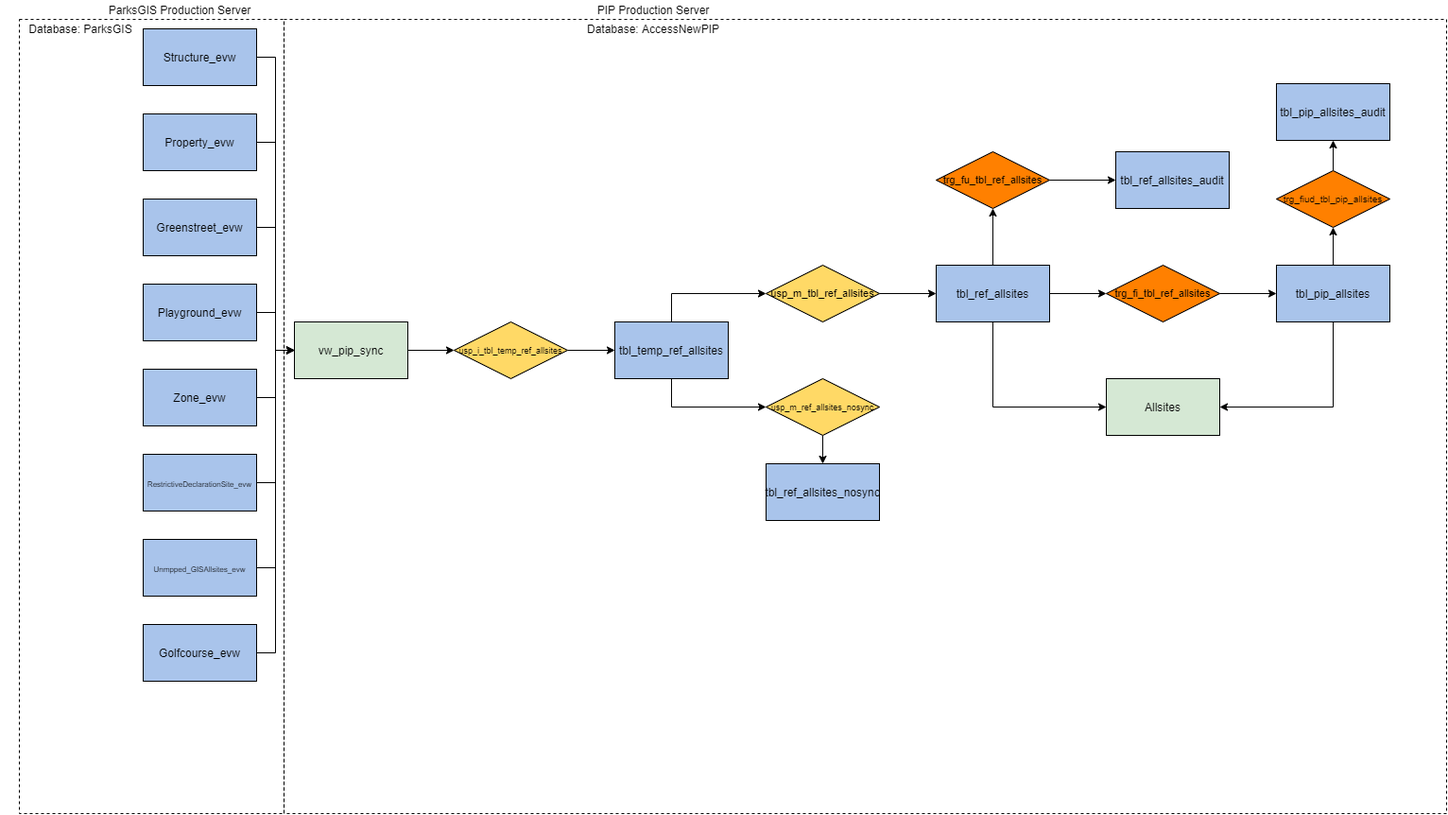
Earlier version of the draw.io export Updated_PIP-GIS_Sync.png (NYC-Parks/PIP_Sync). Source tidied: cells renumbered, new cells last; positions are measured from the earlier drawing's top-left corner, leaving out a move shared by most shapes.
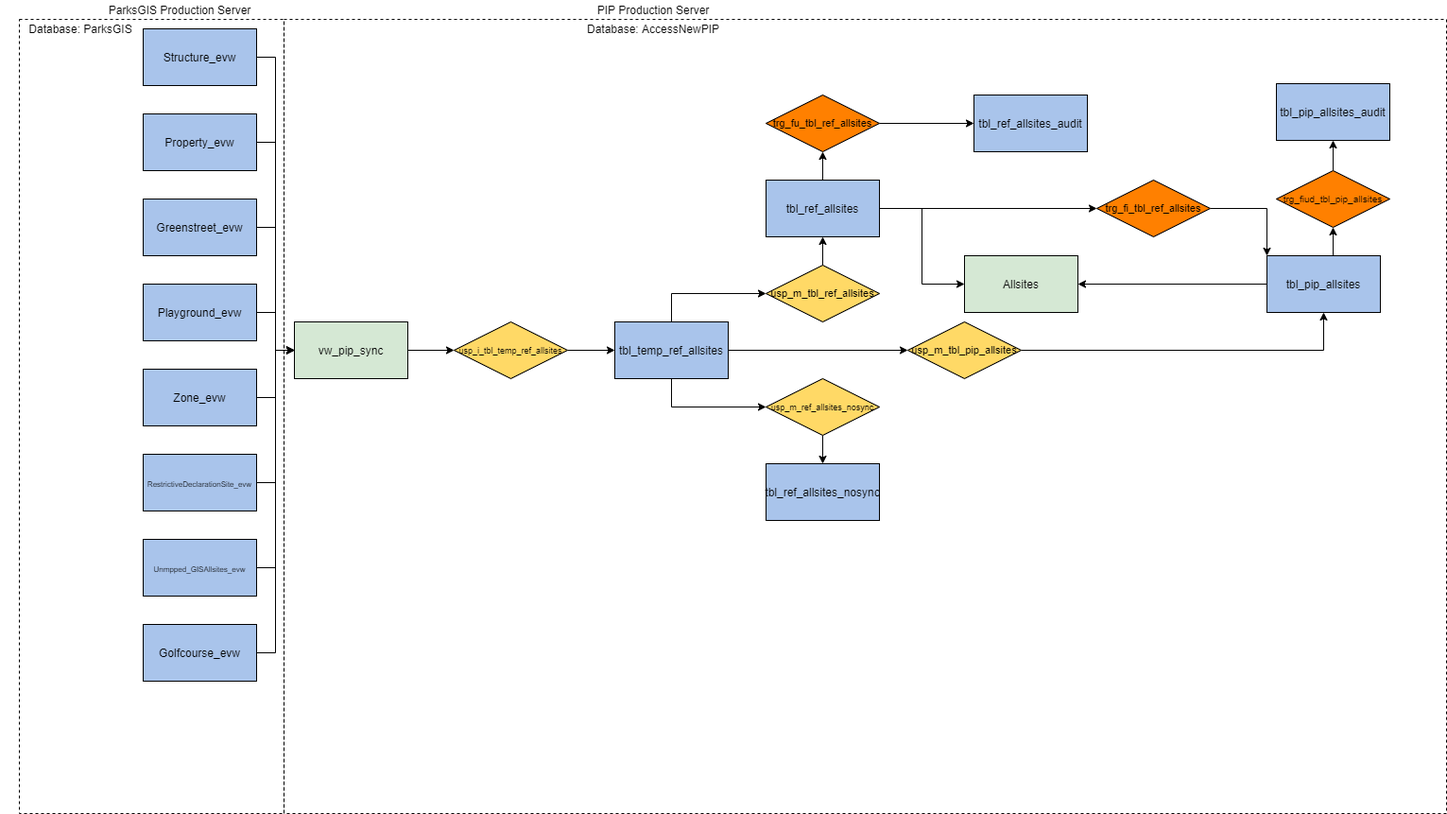
After the change.

Commit message:
Added updated diagram of new process. Explicitly assigned data type to the typecategory field.

Change to the diagram source:
```diff
@@ -68,29 +68,29 @@
     <mxCell id="23" value="&lt;span style=&quot;font-size: 9px&quot;&gt;usp_i_tbl_temp_ref_allsites&lt;/span&gt;" style="rhombus;whiteSpace=wrap;html=1;fontSize=11;fillColor=#FFD966;" parent="1" vertex="1">
       <mxGeometry x="480" y="340" width="120" height="60" as="geometry" />
     </mxCell>
-    <mxCell id="24" style="edgeStyle=orthogonalEdgeStyle;rounded=0;jettySize=auto;html=1;exitX=0.5;exitY=0;exitDx=0;exitDy=0;entryX=0.5;entryY=1;entryDx=0;entryDy=0;fontSize=11;" parent="1" edge="1" source="27" target="47">
+    <mxCell id="24" style="edgeStyle=orthogonalEdgeStyle;rounded=0;jettySize=auto;html=1;exitX=0.5;exitY=0;exitDx=0;exitDy=0;entryX=0.5;entryY=1;entryDx=0;entryDy=0;" parent="1" edge="1" source="27" target="47">
       <mxGeometry relative="1" as="geometry" />
     </mxCell>
+    <mxCell id="26" style="edgeStyle=orthogonalEdgeStyle;rounded=0;jettySize=auto;html=1;exitX=1;exitY=0.5;exitDx=0;exitDy=0;entryX=0;entryY=0.5;entryDx=0;entryDy=0;" parent="1" edge="1" source="27" target="31">
+      <mxGeometry relative="1" as="geometry" />
+    </mxCell>
-    <mxCell id="25" style="edgeStyle=orthogonalEdgeStyle;rounded=0;jettySize=auto;html=1;exitX=1;exitY=0.5;exitDx=0;exitDy=0;entryX=0;entryY=0.5;entryDx=0;entryDy=0;fontSize=11;" parent="1" edge="1" source="27" target="37">
+    <mxCell id="25" style="edgeStyle=orthogonalEdgeStyle;rounded=0;jettySize=auto;html=1;exitX=1;exitY=0.5;exitDx=0;exitDy=0;entryX=0;entryY=0.5;entryDx=0;entryDy=0;" parent="1" edge="1" source="27" target="37">
       <mxGeometry relative="1" as="geometry" />
     </mxCell>
-    <mxCell id="26" style="edgeStyle=orthogonalEdgeStyle;rounded=0;jettySize=auto;html=1;exitX=0.5;exitY=1;exitDx=0;exitDy=0;entryX=0;entryY=0.5;entryDx=0;entryDy=0;fontSize=11;" parent="1" edge="1" source="27" target="31">
-      <mxGeometry relative="1" as="geometry" />
-    </mxCell>
     <mxCell id="27" value="tbl_ref_allsites" style="rounded=0;whiteSpace=wrap;html=1;fillColor=#A9C4EB;" parent="1" vertex="1">
-      <mxGeometry x="990" y="280" width="120" height="60" as="geometry" />
+      <mxGeometry x="810" y="190" width="120" height="60" as="geometry" />
     </mxCell>
+    <mxCell id="29" style="edgeStyle=orthogonalEdgeStyle;rounded=0;jettySize=auto;html=1;exitX=0.5;exitY=0;exitDx=0;exitDy=0;entryX=0.5;entryY=1;entryDx=0;entryDy=0;fontSize=11;" parent="1" edge="1" source="30" target="51">
+      <mxGeometry relative="1" as="geometry" />
+    </mxCell>
-    <mxCell id="28" style="edgeStyle=orthogonalEdgeStyle;rounded=0;jettySize=auto;html=1;exitX=0.5;exitY=1;exitDx=0;exitDy=0;entryX=1;entryY=0.5;entryDx=0;entryDy=0;fontSize=11;" parent="1" edge="1" source="30" target="31">
+    <mxCell id="28" style="edgeStyle=orthogonalEdgeStyle;rounded=0;jettySize=auto;html=1;exitX=0;exitY=0.5;exitDx=0;exitDy=0;entryX=1;entryY=0.5;entryDx=0;entryDy=0;" parent="1" edge="1" source="30" target="31">
       <mxGeometry relative="1" as="geometry" />
     </mxCell>
-    <mxCell id="29" style="edgeStyle=orthogonalEdgeStyle;rounded=0;jettySize=auto;html=1;exitX=0.5;exitY=0;exitDx=0;exitDy=0;entryX=0.5;entryY=1;entryDx=0;entryDy=0;fontSize=11;" parent="1" edge="1" source="30" target="51">
-      <mxGeometry relative="1" as="geometry" />
-    </mxCell>
     <mxCell id="30" value="tbl_pip_allsites" style="rounded=0;whiteSpace=wrap;html=1;fillColor=#A9C4EB;" parent="1" vertex="1">
-      <mxGeometry x="1350" y="280" width="120" height="60" as="geometry" />
+      <mxGeometry x="1340" y="270" width="120" height="60" as="geometry" />
     </mxCell>
     <mxCell id="31" value="Allsites" style="rounded=0;whiteSpace=wrap;html=1;fontSize=12;fillColor=#D5E8D4;" parent="1" vertex="1">
-      <mxGeometry x="1170" y="400" width="120" height="60" as="geometry" />
+      <mxGeometry x="1020" y="270" width="120" height="60" as="geometry" />
     </mxCell>
     <mxCell id="32" value="ParksGIS Production Server" style="text;html=1;strokeColor=none;fillColor=none;align=center;verticalAlign=middle;whiteSpace=wrap;rounded=0;dashed=1;fontSize=12;fontColor=#000000;" parent="1" vertex="1">
       <mxGeometry x="105" width="170" height="20" as="geometry" />
@@ -104,11 +104,11 @@
     <mxCell id="35" value="Database: ParksGIS" style="text;html=1;strokeColor=none;fillColor=none;align=center;verticalAlign=middle;whiteSpace=wrap;rounded=0;dashed=1;fontSize=12;fontColor=#000000;" parent="1" vertex="1">
       <mxGeometry y="20" width="170" height="20" as="geometry" />
     </mxCell>
-    <mxCell id="36" style="edgeStyle=orthogonalEdgeStyle;rounded=0;jettySize=auto;html=1;exitX=1;exitY=0.5;exitDx=0;exitDy=0;entryX=0;entryY=0.5;entryDx=0;entryDy=0;fontSize=11;" parent="1" edge="1" source="37" target="30">
+    <mxCell id="36" style="edgeStyle=orthogonalEdgeStyle;rounded=0;jettySize=auto;html=1;exitX=1;exitY=0.5;exitDx=0;exitDy=0;entryX=0;entryY=0;entryDx=0;entryDy=0;" parent="1" edge="1" source="37" target="30">
       <mxGeometry relative="1" as="geometry" />
     </mxCell>
     <mxCell id="37" value="trg_fi_tbl_ref_allsites" style="rhombus;whiteSpace=wrap;html=1;fontSize=11;fillColor=#FF8000;" parent="1" vertex="1">
-      <mxGeometry x="1170" y="280" width="120" height="60" as="geometry" />
+      <mxGeometry x="1160" y="190" width="120" height="60" as="geometry" />
     </mxCell>
     <mxCell id="38" style="edgeStyle=orthogonalEdgeStyle;rounded=0;jettySize=auto;html=1;exitX=0.5;exitY=1;exitDx=0;exitDy=0;fontSize=11;" parent="1" edge="1" source="39" target="45">
       <mxGeometry relative="1" as="geometry" />
@@ -116,7 +116,7 @@
     <mxCell id="39" value="usp_m_ref_allsites_nosync" style="rhombus;whiteSpace=wrap;html=1;fontSize=9;fillColor=#FFD966;" parent="1" vertex="1">
       <mxGeometry x="810" y="400" width="120" height="60" as="geometry" />
     </mxCell>
-    <mxCell id="40" style="edgeStyle=orthogonalEdgeStyle;rounded=0;jettySize=auto;html=1;exitX=1;exitY=0.5;exitDx=0;exitDy=0;entryX=0;entryY=0.5;entryDx=0;entryDy=0;fontSize=11;" parent="1" edge="1" source="41" target="27">
+    <mxCell id="40" style="edgeStyle=orthogonalEdgeStyle;rounded=0;jettySize=auto;html=1;exitX=0.5;exitY=0;exitDx=0;exitDy=0;entryX=0.5;entryY=1;entryDx=0;entryDy=0;" parent="1" edge="1" source="41" target="27">
       <mxGeometry relative="1" as="geometry" />
     </mxCell>
     <mxCell id="41" value="usp_m_tbl_ref_allsites" style="rhombus;whiteSpace=wrap;html=1;fontSize=11;fillColor=#FFD966;" parent="1" vertex="1">
@@ -128,6 +128,9 @@
     <mxCell id="43" style="edgeStyle=orthogonalEdgeStyle;rounded=0;jettySize=auto;html=1;exitX=0.5;exitY=0;exitDx=0;exitDy=0;entryX=0;entryY=0.5;entryDx=0;entryDy=0;fontSize=11;" parent="1" edge="1" source="44" target="41">
       <mxGeometry relative="1" as="geometry" />
     </mxCell>
+    <mxCell id="52" style="edgeStyle=orthogonalEdgeStyle;rounded=0;jettySize=auto;html=1;exitX=1;exitY=0.5;exitDx=0;exitDy=0;entryX=0;entryY=0.5;entryDx=0;entryDy=0;" parent="1" edge="1" source="44" target="54">
+      <mxGeometry relative="1" as="geometry" />
+    </mxCell>
     <mxCell id="44" value="tbl_temp_ref_allsites" style="rounded=0;whiteSpace=wrap;html=1;fillColor=#A9C4EB;" parent="1" vertex="1">
       <mxGeometry x="650" y="340" width="120" height="60" as="geometry" />
     </mxCell>
@@ -138,10 +141,10 @@
       <mxGeometry relative="1" as="geometry" />
     </mxCell>
     <mxCell id="47" value="trg_fu_tbl_ref_allsites" style="rhombus;whiteSpace=wrap;html=1;fontSize=11;fillColor=#FF8000;" parent="1" vertex="1">
-      <mxGeometry x="990" y="160" width="120" height="60" as="geometry" />
+      <mxGeometry x="810" y="100" width="120" height="60" as="geometry" />
     </mxCell>
     <mxCell id="48" value="tbl_ref_allsites_audit" style="rounded=0;whiteSpace=wrap;html=1;fillColor=#A9C4EB;" parent="1" vertex="1">
-      <mxGeometry x="1180" y="160" width="120" height="60" as="geometry" />
+      <mxGeometry x="1030" y="100" width="120" height="60" as="geometry" />
     </mxCell>
     <mxCell id="49" value="tbl_pip_allsites_audit" style="rounded=0;whiteSpace=wrap;html=1;fillColor=#A9C4EB;" parent="1" vertex="1">
       <mxGeometry x="1350" y="88" width="120" height="60" as="geometry" />
@@ -152,5 +155,11 @@
     <mxCell id="51" value="trg_fiud_tbl_pip_allsites" style="rhombus;whiteSpace=wrap;html=1;fontSize=10;fillColor=#FF8000;" parent="1" vertex="1">
       <mxGeometry x="1350" y="180" width="120" height="60" as="geometry" />
     </mxCell>
+    <mxCell id="53" style="edgeStyle=orthogonalEdgeStyle;rounded=0;jettySize=auto;html=1;exitX=1;exitY=0.5;exitDx=0;exitDy=0;entryX=0.5;entryY=1;entryDx=0;entryDy=0;" parent="1" edge="1" source="54" target="30">
+      <mxGeometry relative="1" as="geometry" />
+    </mxCell>
+    <mxCell id="54" value="usp_m_tbl_pip_allsites" style="rhombus;whiteSpace=wrap;html=1;fontSize=11;fillColor=#FFD966;" parent="1" vertex="1">
+      <mxGeometry x="960" y="340" width="120" height="60" as="geometry" />
+    </mxCell>
   </root>
 </mxGraphModel>
```
